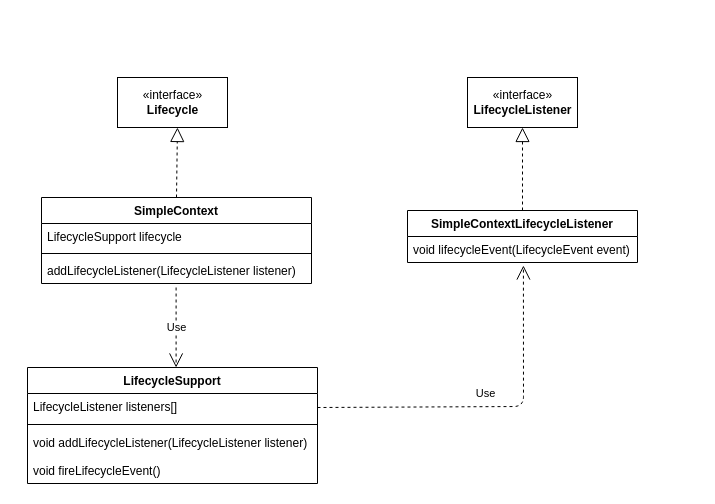
strate08/hello-world keeps this draw.io diagram as tomcat_lifecycle观察者模式.drawio. Above is the earlier version. Source tidied: cells renumbered, new cells numbered last; positions are measured from the earlier drawing's top-left corner, leaving out a move shared by most shapes. Both pictures are drawn from the tidied source at 100%, with x=0, y=0 at pixel (27, 77).
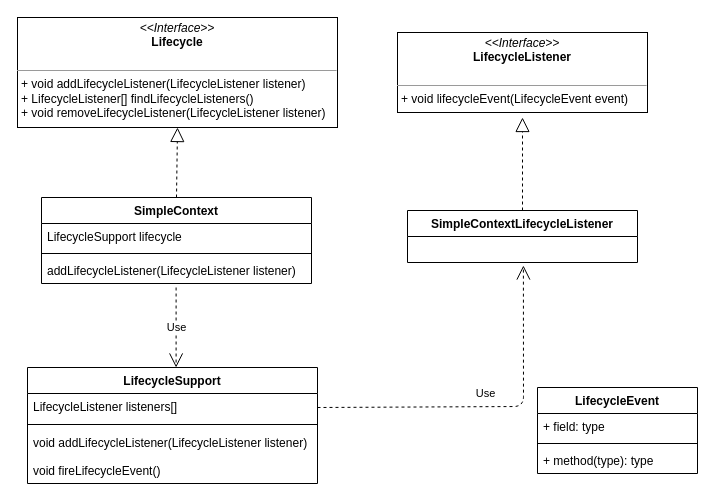
Above is the later version.

Commit message (it also covers changes not shown here):
Update tomcat_lifecycle观察者模式

Unchanged cells that the change refers to:
```xml
<mxCell id="3" value="SimpleContextLifecycleListener" style="swimlane;fontStyle=1;align=center;verticalAlign=top;horizontal=1;startSize=26;" parent="1" vertex="1">
  <mxGeometry x="380" y="133" width="230" height="52" as="geometry" />
</mxCell>
<mxCell id="6" value="SimpleContext" style="swimlane;fontStyle=1;align=center;verticalAlign=top;horizontal=1;startSize=26;" parent="1" vertex="1">
  <mxGeometry x="14" y="120" width="270" height="86" as="geometry" />
</mxCell>
```

Diff of the diagram source:
```diff
@@
-    <mxCell id="2" value="«interface»&lt;br&gt;&lt;b&gt;LifecycleListener&lt;/b&gt;" style="html=1;" parent="1" vertex="1">
-      <mxGeometry x="440" width="110" height="50" as="geometry" />
-    </mxCell>
@@
-    <mxCell id="4" value="void lifecycleEvent(LifecycleEvent event)" style="text;strokeColor=none;fillColor=none;align=left;verticalAlign=top;spacingLeft=4;spacingRight=4;overflow=hidden;points=[[0,0.5],[1,0.5]];portConstraint=eastwest;" parent="3" vertex="1">
-      <mxGeometry y="26" width="230" height="26" as="geometry" />
-    </mxCell>
-    <mxCell id="5" style="endArrow=block;dashed=1;endFill=0;endSize=12;html=1;entryX=0.5;entryY=1;entryDx=0;entryDy=0;exitX=0.5;exitY=0;exitDx=0;exitDy=0;" parent="1" edge="1" source="3" target="2">
-      <mxGeometry relative="1" as="geometry" />
+    <mxCell id="5" style="endArrow=block;dashed=1;endFill=0;endSize=12;html=1;exitX=0.5;exitY=0;exitDx=0;exitDy=0;" parent="1" edge="1" source="3">
+      <mxGeometry relative="1" as="geometry">
+        <mxPoint x="495" y="40" as="targetPoint" />
+      </mxGeometry>
     </mxCell>
@@
-    <mxCell id="10" value="«interface»&lt;br&gt;&lt;b&gt;Lifecycle&lt;/b&gt;" style="html=1;" parent="1" vertex="1">
-      <mxGeometry x="90" width="110" height="50" as="geometry" />
-    </mxCell>
-    <mxCell id="11" style="endArrow=block;dashed=1;endFill=0;endSize=12;html=1;exitX=0.5;exitY=0;exitDx=0;exitDy=0;entryX=0.545;entryY=1;entryDx=0;entryDy=0;entryPerimeter=0;" parent="1" edge="1" source="6" target="10">
+    <mxCell id="11" style="endArrow=block;dashed=1;endFill=0;endSize=12;html=1;exitX=0.5;exitY=0;exitDx=0;exitDy=0;entryX=0.5;entryY=1;entryDx=0;entryDy=0;" parent="1" edge="1" source="6" target="19">
       <mxGeometry relative="1" as="geometry" />
     </mxCell>
@@
-    <mxCell id="17" value="Use" style="endArrow=open;endSize=12;dashed=1;html=1;entryX=0.504;entryY=1.115;entryDx=0;entryDy=0;entryPerimeter=0;" parent="1" edge="1" target="4">
+    <mxCell id="17" value="Use" style="endArrow=open;endSize=12;dashed=1;html=1;entryX=0.504;entryY=1.115;entryDx=0;entryDy=0;entryPerimeter=0;" parent="1" edge="1">
       <mxGeometry x="-0.03" y="13" relative="1" as="geometry">
         <mxPoint x="290" y="330" as="sourcePoint" />
+        <mxPoint x="495.9" y="188" as="targetPoint" />
         <Array as="points">
           <mxPoint x="496" y="329" />
         </Array>
       </mxGeometry>
     </mxCell>
@@
+    <mxCell id="19" value="&lt;p style=&quot;margin: 0px ; margin-top: 4px ; text-align: center&quot;&gt;&lt;i&gt;&amp;lt;&amp;lt;Interface&amp;gt;&amp;gt;&lt;/i&gt;&lt;br&gt;&lt;b&gt;Lifecycle&lt;/b&gt;&lt;br&gt;&lt;/p&gt;&lt;p style=&quot;margin: 0px ; margin-left: 4px&quot;&gt;&lt;br&gt;&lt;/p&gt;&lt;hr size=&quot;1&quot;&gt;&lt;p style=&quot;margin: 0px ; margin-left: 4px&quot;&gt;+ void addLifecycleListener(LifecycleListener listener)&lt;br&gt;+ LifecycleListener[] findLifecycleListeners()&lt;/p&gt;&lt;p style=&quot;margin: 0px ; margin-left: 4px&quot;&gt;+ void removeLifecycleListener(LifecycleListener listener)&lt;br&gt;&lt;/p&gt;" style="verticalAlign=top;align=left;overflow=fill;fontSize=12;fontFamily=Helvetica;html=1;" parent="1" vertex="1">
+      <mxGeometry x="-10" y="-60" width="320" height="110" as="geometry" />
+    </mxCell>
+    <mxCell id="20" value="&lt;p style=&quot;margin: 0px ; margin-top: 4px ; text-align: center&quot;&gt;&lt;i&gt;&amp;lt;&amp;lt;Interface&amp;gt;&amp;gt;&lt;/i&gt;&lt;br&gt;&lt;b&gt;LifecycleListener&lt;/b&gt;&lt;br&gt;&lt;/p&gt;&lt;p style=&quot;margin: 0px ; margin-left: 4px&quot;&gt;&lt;br&gt;&lt;/p&gt;&lt;hr size=&quot;1&quot;&gt;&lt;p style=&quot;margin: 0px ; margin-left: 4px&quot;&gt;+ void lifecycleEvent(LifecycleEvent event)&lt;br&gt;&lt;/p&gt;" style="verticalAlign=top;align=left;overflow=fill;fontSize=12;fontFamily=Helvetica;html=1;" parent="1" vertex="1">
+      <mxGeometry x="370" y="-45" width="250" height="80" as="geometry" />
+    </mxCell>
+    <mxCell id="21" value="LifecycleEvent" style="swimlane;fontStyle=1;align=center;verticalAlign=top;horizontal=1;startSize=26;" parent="1" vertex="1">
+      <mxGeometry x="510" y="310" width="160" height="86" as="geometry" />
+    </mxCell>
+    <mxCell id="22" value="+ field: type" style="text;strokeColor=none;fillColor=none;align=left;verticalAlign=top;spacingLeft=4;spacingRight=4;overflow=hidden;" parent="21" vertex="1">
+      <mxGeometry y="26" width="160" height="26" as="geometry" />
+    </mxCell>
+    <mxCell id="23" style="line;strokeWidth=1;fillColor=none;align=left;verticalAlign=middle;spacingTop=-1;spacingLeft=3;spacingRight=3;labelPosition=right;" parent="21" vertex="1">
+      <mxGeometry y="52" width="160" height="8" as="geometry" />
+    </mxCell>
+    <mxCell id="24" value="+ method(type): type" style="text;strokeColor=none;fillColor=none;align=left;verticalAlign=top;spacingLeft=4;spacingRight=4;overflow=hidden;" parent="21" vertex="1">
+      <mxGeometry y="60" width="160" height="26" as="geometry" />
+    </mxCell>
```
